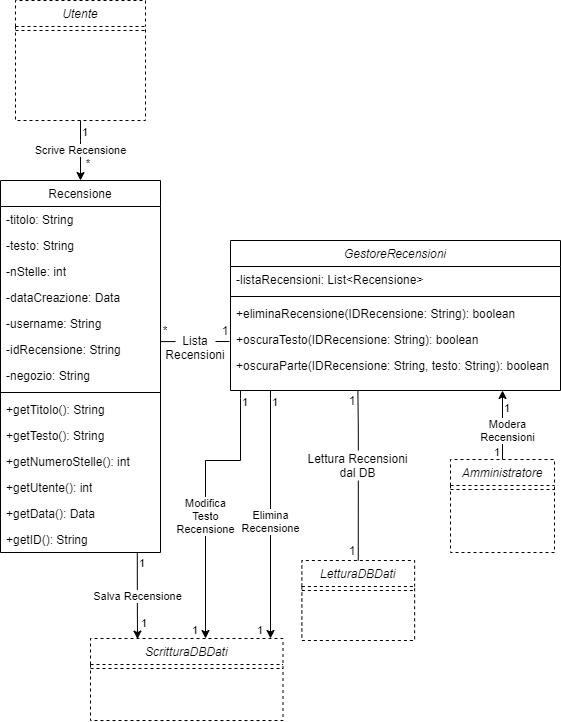
The draw.io diagram UML/DiagrammaClassiRecensioni.png in G15-UniTN/iSpesa, before a commit. Source tidied: cells renumbered, new cells last; positions are measured from the earlier drawing's top-left corner, leaving out a move shared by most shapes.
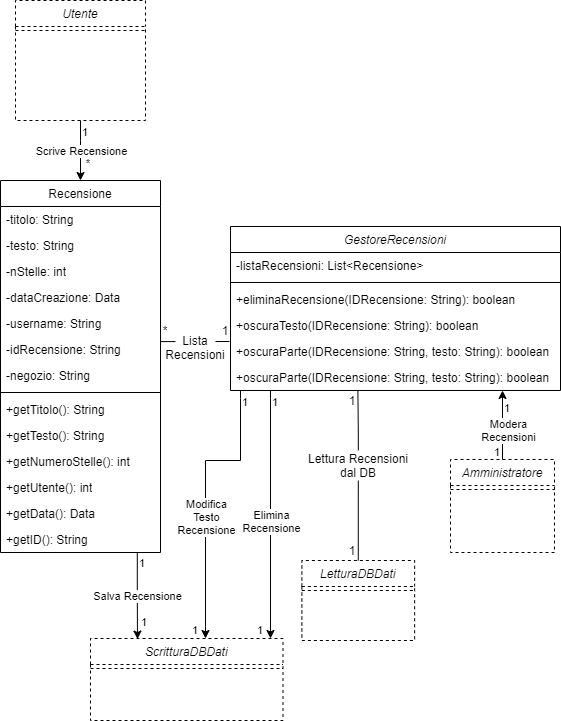
After the change.

The edit, as a diff of the source:
```diff
@@ -79,7 +79,7 @@
       </mxGeometry>
     </mxCell>
     <mxCell id="26" value="GestoreRecensioni" style="swimlane;fontStyle=2;align=center;verticalAlign=top;horizontal=1;startSize=26;rounded=0;shadow=0;strokeWidth=1;" parent="1" vertex="1">
-      <mxGeometry x="230" y="240" width="330" height="150" as="geometry" />
+      <mxGeometry x="230" y="226" width="330" height="164" as="geometry" />
     </mxCell>
     <mxCell id="27" value="-listaRecensioni: List&lt;Recensione&gt;" style="text;align=left;verticalAlign=top;spacingLeft=4;spacingRight=4;overflow=hidden;" parent="26" vertex="1">
       <mxGeometry y="26" width="330" height="26" as="geometry" />
@@ -96,6 +96,9 @@
     <mxCell id="31" value="+oscuraParte(IDRecensione: String, testo: String): boolean" style="text;align=left;verticalAlign=top;spacingLeft=4;spacingRight=4;overflow=hidden;" parent="26" vertex="1">
       <mxGeometry y="112" width="330" height="26" as="geometry" />
     </mxCell>
+    <mxCell id="60" value="+oscuraParte(IDRecensione: String, testo: String): boolean" style="text;align=left;verticalAlign=top;spacingLeft=4;spacingRight=4;overflow=hidden;" parent="26" vertex="1">
+      <mxGeometry y="138" width="330" height="26" as="geometry" />
+    </mxCell>
     <mxCell id="32" style="endArrow=none;html=1;exitX=1.003;exitY=0.196;exitDx=0;exitDy=0;exitPerimeter=0;" parent="1" edge="1" source="10">
       <mxGeometry relative="1" as="geometry">
         <mxPoint x="229" y="341" as="targetPoint" />
```
